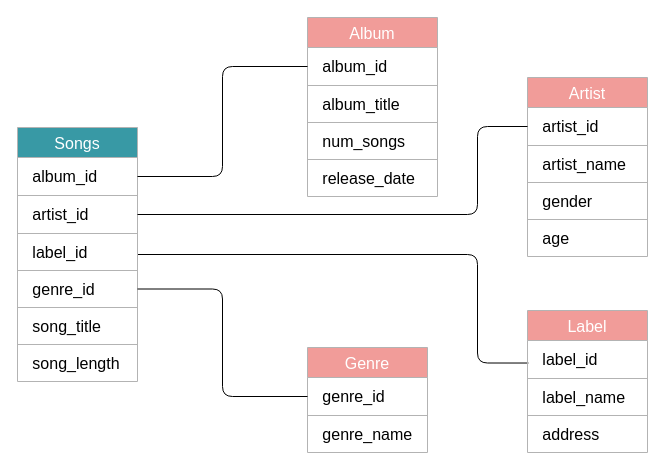
Above: page "facts-dimensions" (16 of 17) of assets/drawio-files/all-things-data.drawio in joseeden/joeden (draw.io), before the change. Source tidied: cells renumbered, new cells numbered last; positions are measured from the earlier drawing's top-left corner, leaving out a move shared by most shapes. Both pictures are drawn from the tidied source at 100%, with x=0, y=0 at pixel (17, 17).
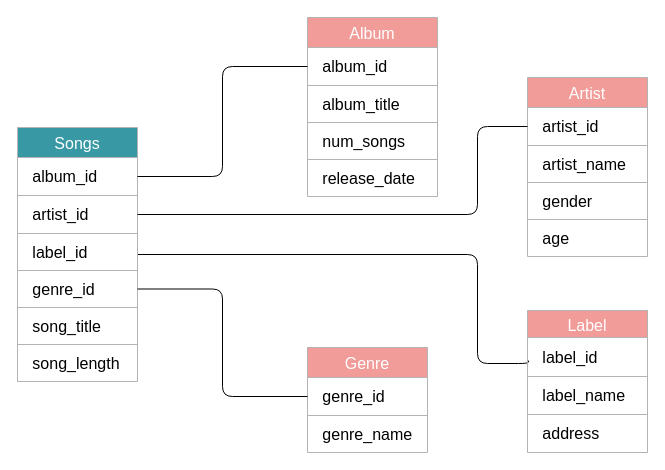
Above is the later version.

What changed in the source:
```diff
@@
-    <mxCell id="42" value="Label" style="shape=table;startSize=30;childLayout=tableLayout;rounded=0;strokeColor=#B3B3B3;fontSize=16;fillColor=#F19C99;verticalAlign=middle;labelBackgroundColor=none;labelBorderColor=none;fontColor=#FFFFFF;" parent="1" vertex="1">
+    <mxCell id="42" value="Label" style="shape=table;startSize=27;childLayout=tableLayout;rounded=0;strokeColor=#B3B3B3;fontSize=16;fillColor=#F19C99;verticalAlign=middle;labelBackgroundColor=none;labelBorderColor=none;fontColor=#FFFFFF;" parent="1" vertex="1">
       <mxGeometry x="510" y="293" width="120" height="142" as="geometry" />
     </mxCell>
     <mxCell id="43" style="shape=tableRow;horizontal=0;startSize=0;swimlaneHead=0;swimlaneBody=0;top=0;left=0;bottom=0;right=0;fillColor=none;points=[[0,0.5],[1,0.5]];portConstraint=eastwest;rounded=0;strokeColor=#B3B3B3;fontSize=16;" parent="42" vertex="1">
-      <mxGeometry y="30" width="120" height="38" as="geometry" />
+      <mxGeometry y="27" width="120" height="39" as="geometry" />
     </mxCell>
     <mxCell id="44" value="&amp;nbsp; &amp;nbsp;label_id" style="shape=partialRectangle;html=1;whiteSpace=wrap;overflow=hidden;fillColor=none;top=0;left=0;bottom=0;right=0;rounded=0;strokeColor=#B3B3B3;fontSize=16;align=left;" parent="43" vertex="1">
-      <mxGeometry width="120" height="38" as="geometry" />
+      <mxGeometry width="120" height="39" as="geometry" />
     </mxCell>
     <mxCell id="45" style="shape=tableRow;horizontal=0;startSize=0;swimlaneHead=0;swimlaneBody=0;top=0;left=0;bottom=0;right=0;fillColor=none;rounded=0;strokeColor=#B3B3B3;fontSize=16;" parent="42" vertex="1">
-      <mxGeometry y="68" width="120" height="37" as="geometry" />
+      <mxGeometry y="66" width="120" height="38" as="geometry" />
     </mxCell>
     <mxCell id="46" value="&amp;nbsp; &amp;nbsp;label_name" style="shape=partialRectangle;html=1;whiteSpace=wrap;overflow=hidden;fillColor=none;top=0;left=0;bottom=0;right=0;rounded=0;strokeColor=#B3B3B3;fontSize=16;align=left;" parent="45" vertex="1">
-      <mxGeometry width="120" height="37" as="geometry" />
+      <mxGeometry width="120" height="38" as="geometry" />
     </mxCell>
     <mxCell id="47" style="shape=tableRow;horizontal=0;startSize=0;swimlaneHead=0;swimlaneBody=0;top=0;left=0;bottom=0;right=0;fillColor=none;rounded=0;strokeColor=#B3B3B3;fontSize=16;" parent="42" vertex="1">
-      <mxGeometry y="105" width="120" height="37" as="geometry" />
+      <mxGeometry y="104" width="120" height="38" as="geometry" />
     </mxCell>
     <mxCell id="48" value="&amp;nbsp; &amp;nbsp;address" style="shape=partialRectangle;html=1;whiteSpace=wrap;overflow=hidden;fillColor=none;top=0;left=0;bottom=0;right=0;rounded=0;strokeColor=#B3B3B3;fontSize=16;align=left;" parent="47" vertex="1">
-      <mxGeometry width="120" height="37" as="geometry" />
+      <mxGeometry width="120" height="38" as="geometry" />
     </mxCell>
```
